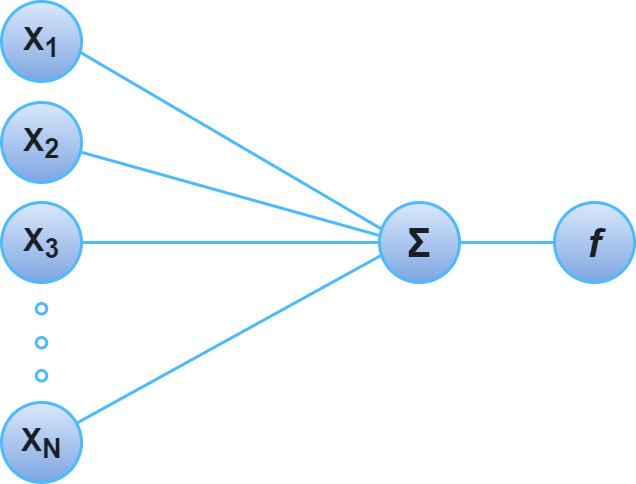
This is images/chart-preview.png from RyanSaxe/blog, a draw.io export, as it was before one commit. Source tidied: cells renumbered, new cells last; positions are measured from the earlier drawing's top-left corner, leaving out a move shared by most shapes.
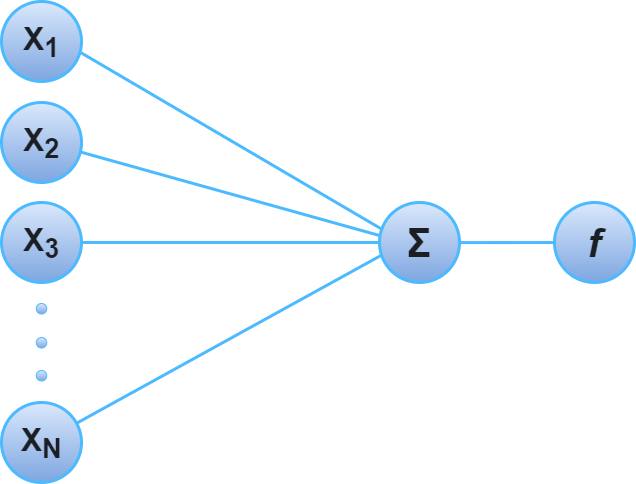
Above is the later version.

What changed in the source:
```diff
@@ -52,13 +52,13 @@
     <mxCell id="13" value="&lt;font color=&quot;#1b1f23&quot; size=&quot;1&quot;&gt;&lt;i&gt;&lt;b style=&quot;font-size: 40px&quot;&gt;f&lt;/b&gt;&lt;/i&gt;&lt;/font&gt;" style="ellipse;whiteSpace=wrap;html=1;fillColor=#dae8fc;gradientColor=#7ea6e0;strokeWidth=3;strokeColor=#4BBAFF;" parent="1" vertex="1">
       <mxGeometry x="553" y="201" width="80" height="80" as="geometry" />
     </mxCell>
-    <mxCell id="14" style="ellipse;whiteSpace=wrap;html=1;strokeColor=#4BBAFF;strokeWidth=3;fillColor=none;gradientColor=none;" parent="1" vertex="1">
+    <mxCell id="14" style="ellipse;whiteSpace=wrap;html=1;strokeColor=#4BBAFF;strokeWidth=1;fillColor=#DAE8FC;gradientColor=#7EA6E0;" parent="1" vertex="1">
       <mxGeometry x="34.8" y="302" width="10.5" height="10.5" as="geometry" />
     </mxCell>
-    <mxCell id="15" style="ellipse;whiteSpace=wrap;html=1;strokeColor=#4BBAFF;strokeWidth=3;fillColor=none;gradientColor=none;" parent="1" vertex="1">
+    <mxCell id="15" style="ellipse;whiteSpace=wrap;html=1;strokeColor=#4BBAFF;strokeWidth=1;fillColor=#DAE8FC;gradientColor=#7EA6E0;" parent="1" vertex="1">
       <mxGeometry x="34.8" y="336" width="10.5" height="10.5" as="geometry" />
     </mxCell>
-    <mxCell id="16" style="ellipse;whiteSpace=wrap;html=1;strokeColor=#4BBAFF;strokeWidth=3;fillColor=none;gradientColor=none;" parent="1" vertex="1">
+    <mxCell id="16" style="ellipse;whiteSpace=wrap;html=1;strokeColor=#4BBAFF;strokeWidth=1;fillColor=#DAE8FC;gradientColor=#7EA6E0;" parent="1" vertex="1">
       <mxGeometry x="34.8" y="369" width="10.5" height="10.5" as="geometry" />
     </mxCell>
   </root>
```
